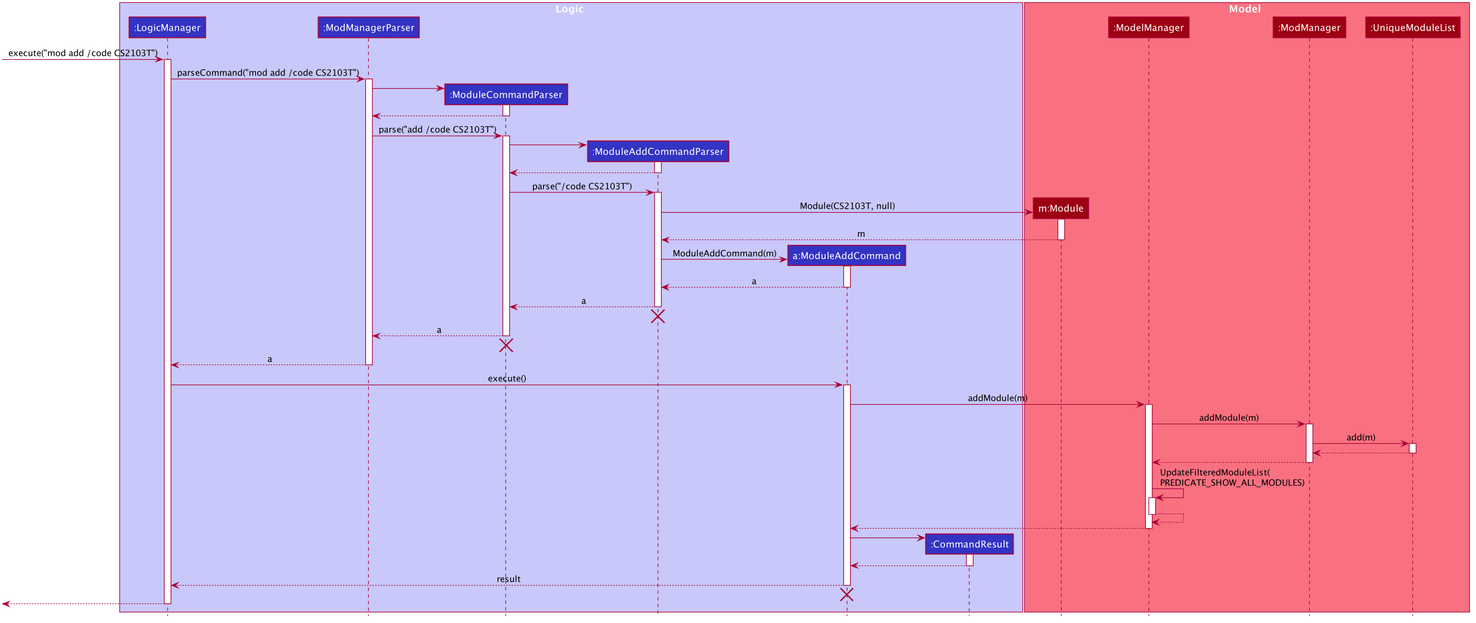
zixinn/main keeps this PlantUML diagram as docs/images/ModuleAddSequenceDiagram.png. Above is the earlier version. Its diagram source:
```plantuml
@startuml








skinparam BackgroundColor #FFFFFFF

skinparam Shadowing false

skinparam Class {
    FontColor #FFFFFF
    BorderThickness 1
    BorderColor #FFFFFF
    StereotypeFontColor #FFFFFF
    FontName Arial
}

skinparam Actor {
    BorderColor #000000
    Color #000000
    FontName Arial
}

skinparam Sequence {
    MessageAlign center
    BoxFontSize 15
    BoxPadding 0
    BoxFontColor #FFFFFF
    FontName Arial
}

skinparam Participant {
    FontColor #FFFFFFF
    Padding 20
}

skinparam MinClassWidth 50
skinparam ParticipantPadding 10
skinparam Shadowing false
skinparam DefaultTextAlignment center
skinparam packageStyle Rectangle

hide footbox
hide members
hide circle

box Logic #C8C8FA
participant ":LogicManager" as LogicManager #3333C4
participant ":ModManagerParser" as ModManagerParser #3333C4
participant ":ModuleCommandParser" as ModuleCommandParser #3333C4
participant ":ModuleAddCommandParser" as ModuleAddCommandParser #3333C4
participant "a:ModuleAddCommand" as ModuleAddCommand #3333C4
participant ":CommandResult" as CommandResult #3333C4
end box

box Model #F97181
participant "m:Module" as Module #9D0012
participant ":ModelManager" as ModelManager #9D0012
participant ":ModManager" as ModManager #9D0012
participant ":UniqueModuleList" as UniqueModuleList #9D0012
end box

[-> LogicManager : execute("mod add /code CS2103T")
activate LogicManager

LogicManager -> ModManagerParser : parseCommand("mod add /code CS2103T")
activate ModManagerParser

create ModuleCommandParser
ModManagerParser -> ModuleCommandParser
activate ModuleCommandParser

ModuleCommandParser --> ModManagerParser
deactivate ModuleCommandParser

ModManagerParser -> ModuleCommandParser : parse("add /code CS2103T")
activate ModuleCommandParser

create ModuleAddCommandParser
ModuleCommandParser -> ModuleAddCommandParser
activate ModuleAddCommandParser

ModuleAddCommandParser --> ModuleCommandParser
deactivate ModuleAddCommandParser

ModuleCommandParser -> ModuleAddCommandParser : parse("/code CS2103T")
activate ModuleAddCommandParser

create Module
ModuleAddCommandParser -> Module : Module(CS2103T, null)
activate Module

Module --> ModuleAddCommandParser : m
deactivate Module

create ModuleAddCommand
ModuleAddCommandParser -> ModuleAddCommand : ModuleAddCommand(m)
activate ModuleAddCommand

ModuleAddCommand --> ModuleAddCommandParser : a
deactivate ModuleAddCommand

ModuleAddCommandParser --> ModuleCommandParser : a
deactivate ModuleAddCommandParser
ModuleAddCommandParser -[hidden]-> ModuleCommandParser
destroy ModuleAddCommandParser

ModuleCommandParser --> ModManagerParser : a
deactivate ModuleCommandParser
ModuleCommandParser -[hidden]-> ModManagerParser
destroy ModuleCommandParser

ModManagerParser --> LogicManager : a
deactivate ModManagerParser

LogicManager -> ModuleAddCommand : execute()
activate ModuleAddCommand

ModuleAddCommand -> ModelManager : addModule(m)
activate ModelManager

ModelManager -> ModManager : addModule(m)
activate ModManager

ModManager -> UniqueModuleList : add(m)
activate UniqueModuleList

UniqueModuleList --> ModManager
deactivate UniqueModuleList

ModManager --> ModelManager
deactivate ModManager

ModelManager -> ModelManager ++ : UpdateFilteredModuleList(\nPREDICATE_SHOW_ALL_MODULES)
ModelManager --> ModelManager --

ModelManager --> ModuleAddCommand
deactivate ModelManager

create CommandResult
ModuleAddCommand -> CommandResult
activate CommandResult

CommandResult --> ModuleAddCommand
deactivate CommandResult

ModuleAddCommand --> LogicManager : result
deactivate ModuleAddCommand
ModuleAddCommand -[hidden]-> LogicManager
destroy ModuleAddCommand

[<--LogicManager
deactivate LogicManager
@enduml
```
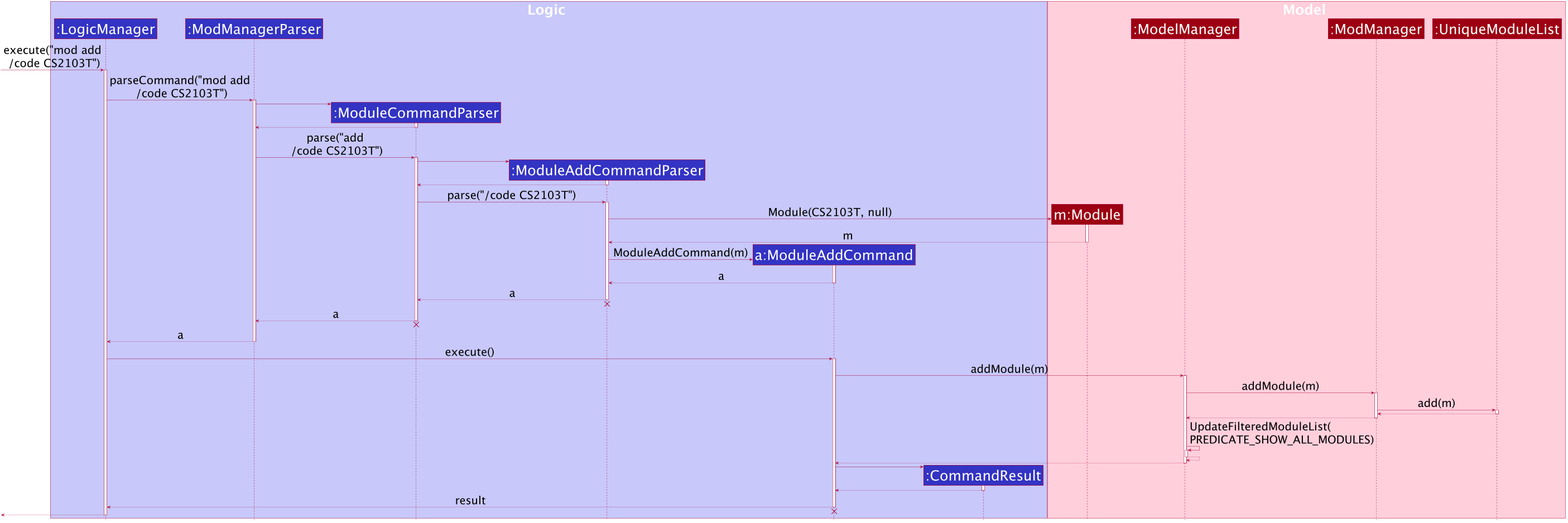
After the commit.

What changed in the source:
```diff
@@ -1,4 +1,6 @@
 @startuml
+scale 0.5
+
 
 
 
@@ -27,7 +29,7 @@
 
 skinparam Sequence {
     MessageAlign center
-    BoxFontSize 15
+    BoxFontSize 50
     BoxPadding 0
     BoxFontColor #FFFFFF
     FontName Arial
@@ -36,8 +38,10 @@
 skinparam Participant {
     FontColor #FFFFFFF
     Padding 20
+    FontSize 50
 }
 
+skinparam ArrowFontSize 40
 skinparam MinClassWidth 50
 skinparam ParticipantPadding 10
 skinparam Shadowing false
@@ -57,17 +61,17 @@
 participant ":CommandResult" as CommandResult #3333C4
 end box
 
-box Model #F97181
+box Model #FFCFDC
 participant "m:Module" as Module #9D0012
 participant ":ModelManager" as ModelManager #9D0012
 participant ":ModManager" as ModManager #9D0012
 participant ":UniqueModuleList" as UniqueModuleList #9D0012
 end box
 
-[-> LogicManager : execute("mod add /code CS2103T")
+[-> LogicManager : execute("mod add\n /code CS2103T")
 activate LogicManager
 
-LogicManager -> ModManagerParser : parseCommand("mod add /code CS2103T")
+LogicManager -> ModManagerParser : parseCommand("mod add\n /code CS2103T")
 activate ModManagerParser
 
 create ModuleCommandParser
@@ -77,7 +81,7 @@
 ModuleCommandParser --> ModManagerParser
 deactivate ModuleCommandParser
 
-ModManagerParser -> ModuleCommandParser : parse("add /code CS2103T")
+ModManagerParser -> ModuleCommandParser : parse("add\n /code CS2103T")
 activate ModuleCommandParser
 
 create ModuleAddCommandParser
```
